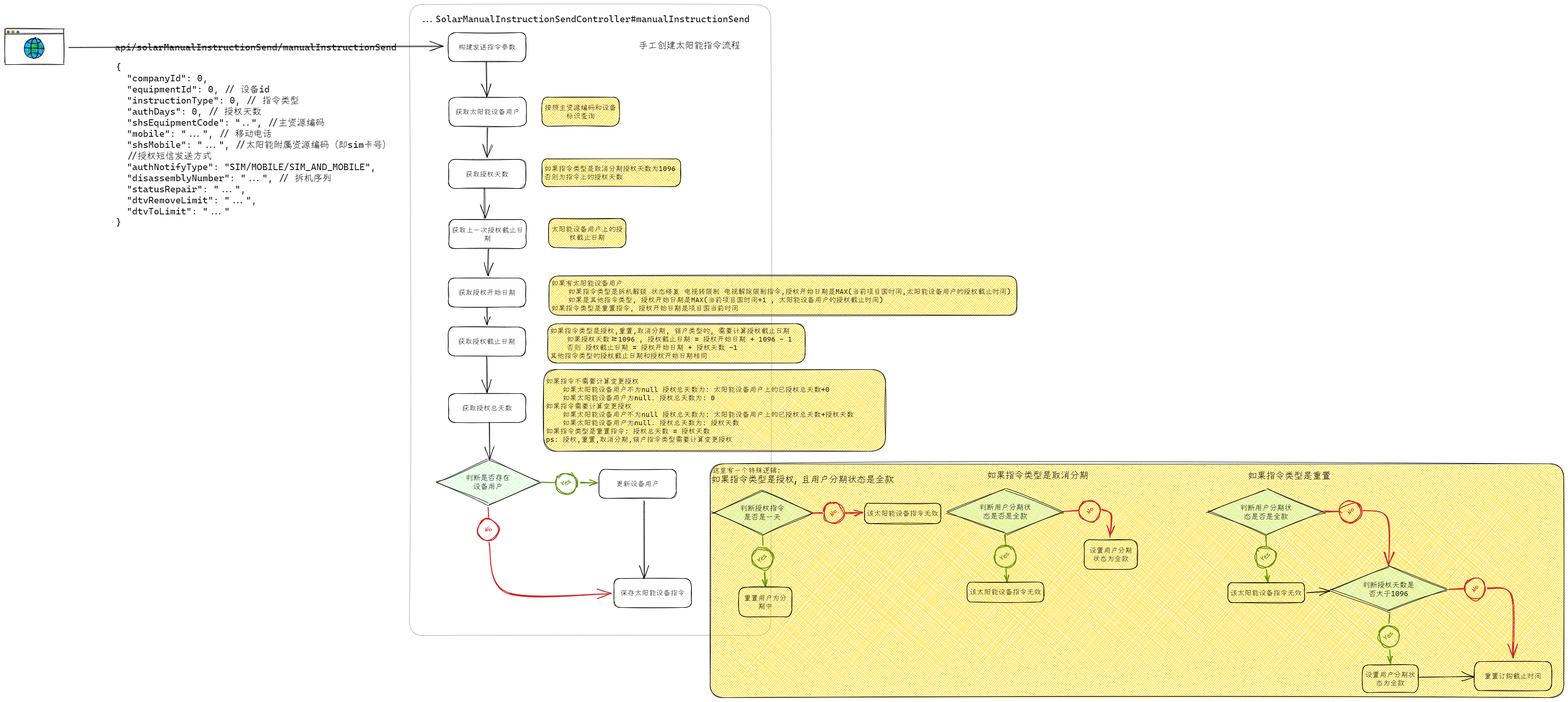
Above: starboss/太阳能指令发送/2.1太阳能手工指令创建.excalidraw.png in XujinCoding/Excalidraw (Excalidraw), before the change. Source tidied: one line per element, renumbered; positions are measured from the earlier drawing's top-left corner, leaving out a move shared by most shapes.
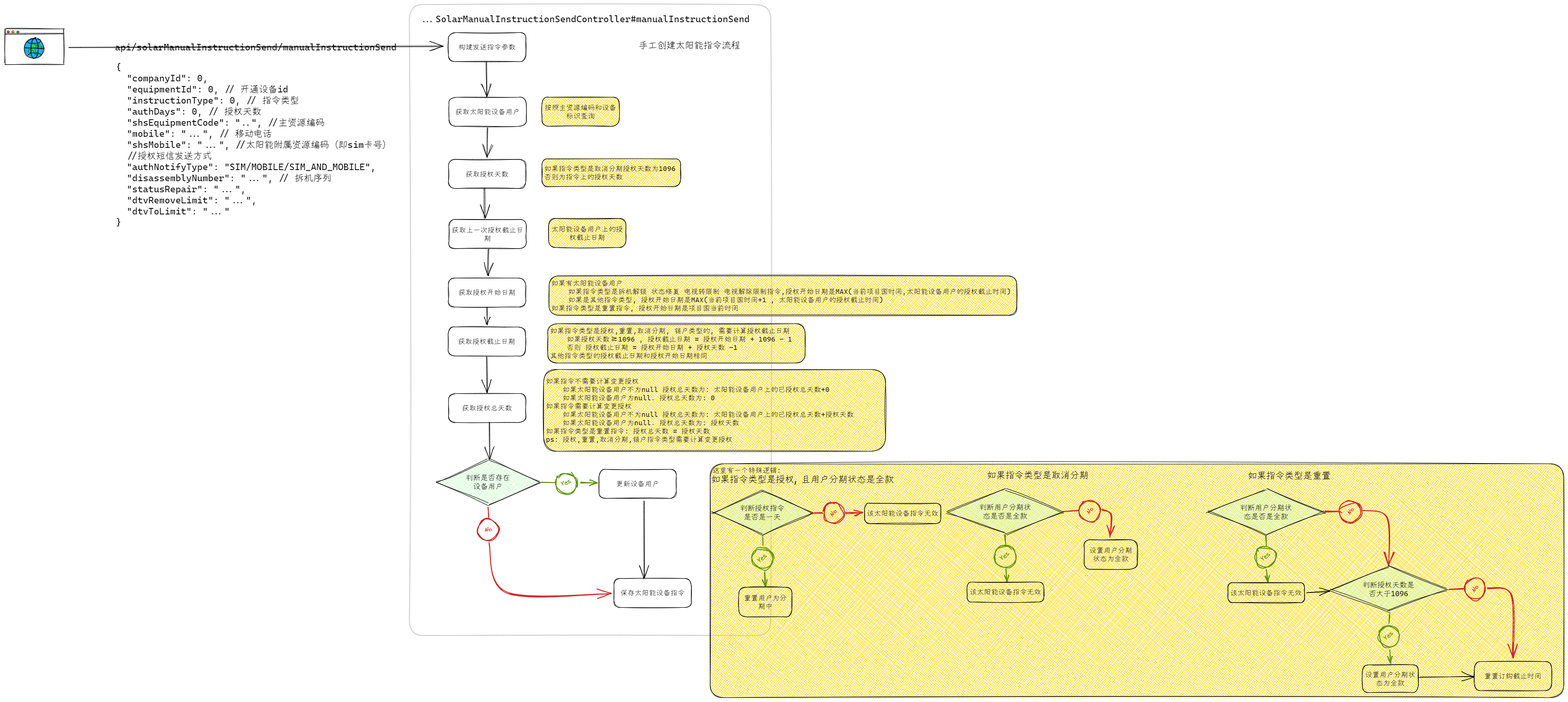
The same diagram one commit later.

Commit message:
太阳能手工指令创建

The edit, as a diff of the source:
```diff
@@ -15,7 +15,7 @@
 {"id": 14, "type": "text", "text": "...SolarManualInstructionSendController#manualInstructionSend", "strokeColor": "#000000", "strokeWidth": 1, "roughness": 1, "fontSize": 20, "fontFamily": 3, "x": 898, "y": 19, "width": 715, "height": 24}
 {"id": 15, "type": "rectangle", "strokeColor": "#000000", "strokeWidth": 1, "roughness": 1, "round": true, "x": 961, "y": 60, "width": 167, "height": 63}
 {"id": 16, "type": "text", "text": "构建发送指令参数", "strokeColor": "#000000", "backgroundColor": "#228be6", "fillStyle": "hachure", "strokeWidth": 1, "roughness": 1, "fontSize": 15.5, "fontFamily": 3, "textAlign": "center", "verticalAlign": "middle", "inside": 15, "x": 982, "y": 83, "width": 124, "height": 18}
-{"id": 17, "type": "text", "text": "{\n  \"companyId\": 0,\n  \"equipmentId\": 0, // 设备id\n  \"instructionType\": 0, // 指令类型\n  \"authDays\": 0, // 授权天数\n  \"shsEquipmentCode\": \"..\", //主资源编码\n  \"mobile\": \"...\", // 移动电话\n  \"shsMobile\": \"...\", //太阳能附属资源编码（即sim卡号）\n  //授权短信发送方式\n  \"authNotifyType\": \"SIM/MOBILE/SIM_AND_MOBILE\",\n  \"disassemblyNumber\": \"...\", // 拆机序列\n  \"statusRepair\": \"...\",\n  \"dtvRemoveLimit\": \"...\",\n  \"dtvToLimit\": \"...\"\n}", "strokeColor": "#000000", "strokeWidth": 1, "roughness": 1, "fontSize": 20, "fontFamily": 3, "x": 241, "y": 123, "width": 596, "height": 360}
+{"id": 17, "type": "text", "text": "{\n  \"companyId\": 0,\n  \"equipmentId\": 0, // 开通设备id\n  \"instructionType\": 0, // 指令类型\n  \"authDays\": 0, // 授权天数\n  \"shsEquipmentCode\": \"..\", //主资源编码\n  \"mobile\": \"...\", // 移动电话\n  \"shsMobile\": \"...\", //太阳能附属资源编码（即sim卡号）\n  //授权短信发送方式\n  \"authNotifyType\": \"SIM/MOBILE/SIM_AND_MOBILE\",\n  \"disassemblyNumber\": \"...\", // 拆机序列\n  \"statusRepair\": \"...\",\n  \"dtvRemoveLimit\": \"...\",\n  \"dtvToLimit\": \"...\"\n}", "strokeColor": "#000000", "strokeWidth": 1, "roughness": 1, "fontSize": 20, "fontFamily": 3, "x": 241, "y": 123, "width": 596, "height": 360}
 {"id": 18, "type": "arrow", "strokeColor": "#000000", "strokeWidth": 1, "roughness": 1, "endArrowhead": "arrow", "round": true, "to": 19, "x": 1043, "y": 123, "width": 1, "height": 74, "points": [[0, 0], [1, 74]]}
 {"id": 19, "type": "rectangle", "strokeColor": "#000000", "strokeWidth": 1, "roughness": 1, "round": true, "x": 962, "y": 200, "width": 167, "height": 63}
 {"id": 20, "type": "text", "text": "获取太阳能设备用户", "strokeColor": "#000000", "backgroundColor": "#228be6", "fillStyle": "hachure", "strokeWidth": 1, "roughness": 1, "fontSize": 15.5, "fontFamily": 3, "textAlign": "center", "verticalAlign": "middle", "inside": 19, "x": 976, "y": 223, "width": 139, "height": 18}
```
